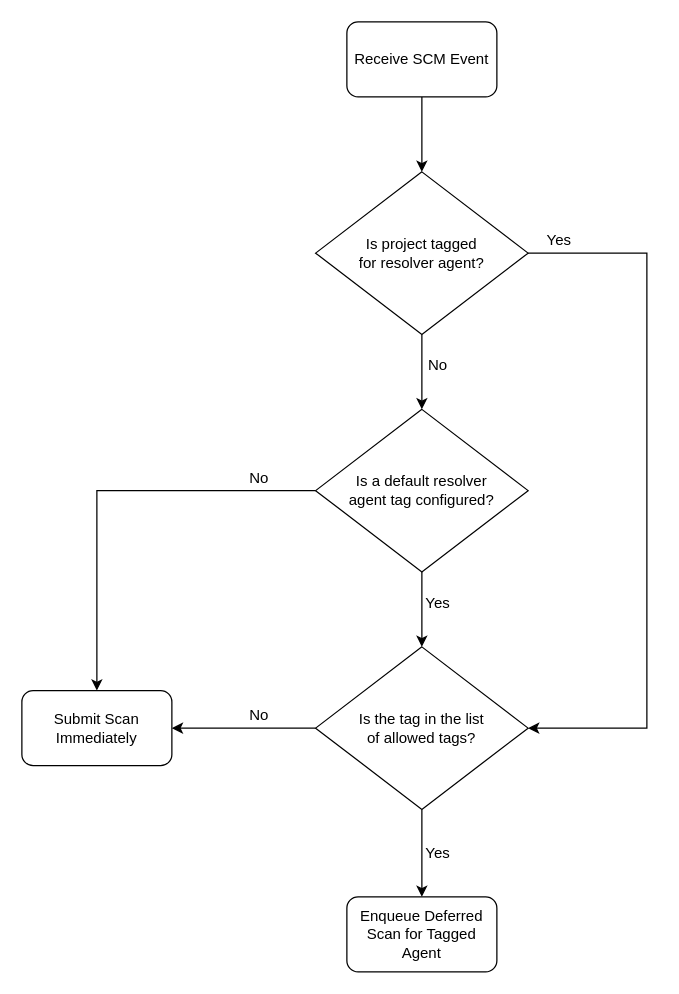
The draw.io diagram page "Delegated Scan Algorithm" (11 of 13) of manual/graphics/cxoneflow-diagrams.drawio in cx-nathan-leach/cxone-flow-buildwork, before the edit. Source tidied: cells renumbered, new cells numbered last; positions are measured from the earlier drawing's top-left corner, leaving out a move shared by most shapes. Both pictures are drawn from the tidied source at 125%, with x=0, y=0 at pixel (21, 21).
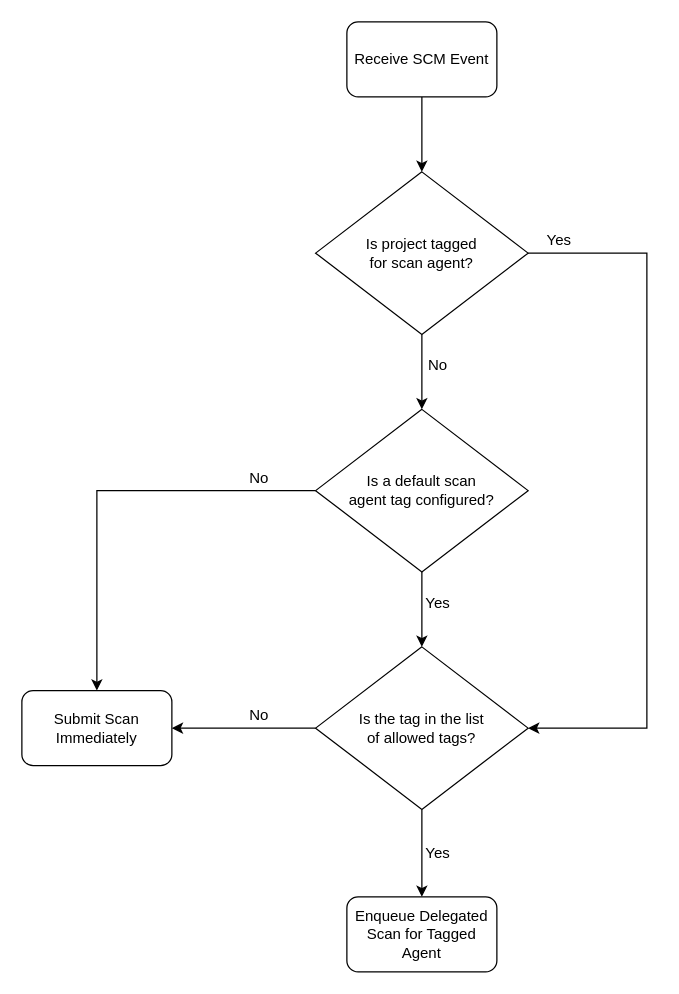
The same diagram, later.

Change to the diagram source:
```diff
@@
-    <mxCell id="3" value="Is project tagged&lt;div&gt;for resolver agent?&lt;/div&gt;" style="rhombus;whiteSpace=wrap;html=1;" parent="1" vertex="1">
+    <mxCell id="3" value="Is project tagged&lt;div&gt;for scan agent?&lt;/div&gt;" style="rhombus;whiteSpace=wrap;html=1;" parent="1" vertex="1">
       <mxGeometry x="235" y="120" width="170" height="130" as="geometry" />
     </mxCell>
-    <mxCell id="4" value="Is a default resolver&lt;div&gt;agent tag configured?&lt;/div&gt;" style="rhombus;whiteSpace=wrap;html=1;" parent="1" vertex="1">
+    <mxCell id="4" value="Is a default scan&lt;div&gt;agent tag configured?&lt;/div&gt;" style="rhombus;whiteSpace=wrap;html=1;" parent="1" vertex="1">
       <mxGeometry x="235" y="310" width="170" height="130" as="geometry" />
     </mxCell>
@@
-    <mxCell id="16" value="Enqueue Deferred&lt;div&gt;Scan for Tagged Agent&lt;/div&gt;" style="rounded=1;whiteSpace=wrap;html=1;" parent="1" vertex="1">
+    <mxCell id="16" value="Enqueue Delegated&lt;div&gt;Scan for Tagged Agent&lt;/div&gt;" style="rounded=1;whiteSpace=wrap;html=1;" parent="1" vertex="1">
       <mxGeometry x="260" y="700" width="120" height="60" as="geometry" />
     </mxCell>
```
